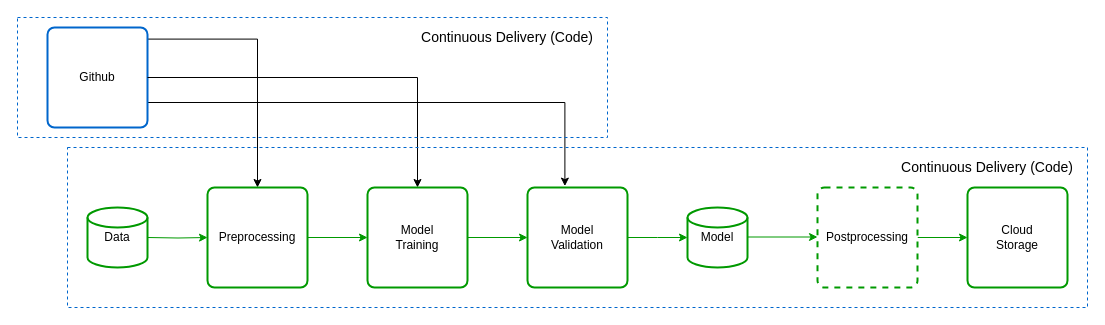
Before: mlops-concepts-cdct.drawio in adriangay/my-drawio-diagrams, a draw.io diagram. Source tidied: cells renumbered, new cells numbered last; positions are measured from the earlier drawing's top-left corner, leaving out a move shared by most shapes. Both pictures are drawn from the tidied source at 100%, with x=0, y=0 at pixel (17, 17).
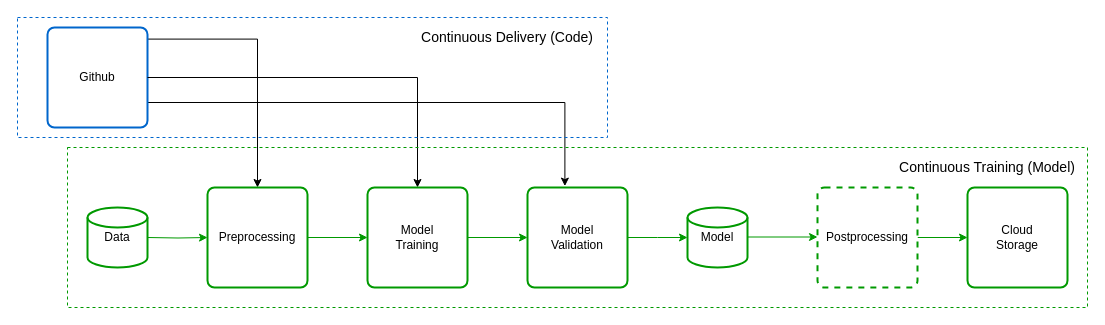
The same diagram, later.

The edit, as a diff of the source:
```diff
@@
-    <mxCell id="21" style="rounded=0;whiteSpace=wrap;html=1;strokeColor=#0066CC;fillColor=none;dashed=1;" parent="1" vertex="1">
+    <mxCell id="21" style="rounded=0;whiteSpace=wrap;html=1;strokeColor=#009900;fillColor=none;dashed=1;" parent="1" vertex="1">
       <mxGeometry x="50" y="130" width="1020" height="160" as="geometry" />
     </mxCell>
-    <mxCell id="22" value="&lt;font style=&quot;font-size: 14px&quot;&gt;Continuous Delivery (Code)&lt;/font&gt;" style="text;html=1;strokeColor=none;fillColor=none;align=center;verticalAlign=middle;whiteSpace=wrap;rounded=0;" parent="1" vertex="1">
+    <mxCell id="22" value="&lt;font style=&quot;font-size: 14px&quot;&gt;Continuous Training (Model)&lt;/font&gt;" style="text;html=1;strokeColor=none;fillColor=none;align=center;verticalAlign=middle;whiteSpace=wrap;rounded=0;" parent="1" vertex="1">
       <mxGeometry x="870" y="140" width="200" height="20" as="geometry" />
     </mxCell>
```
